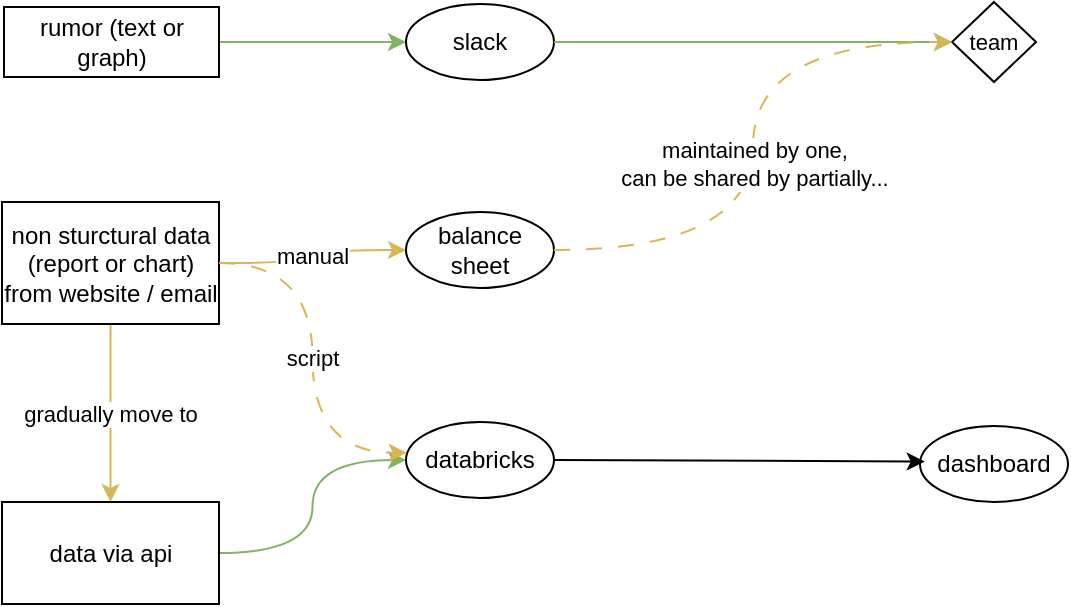
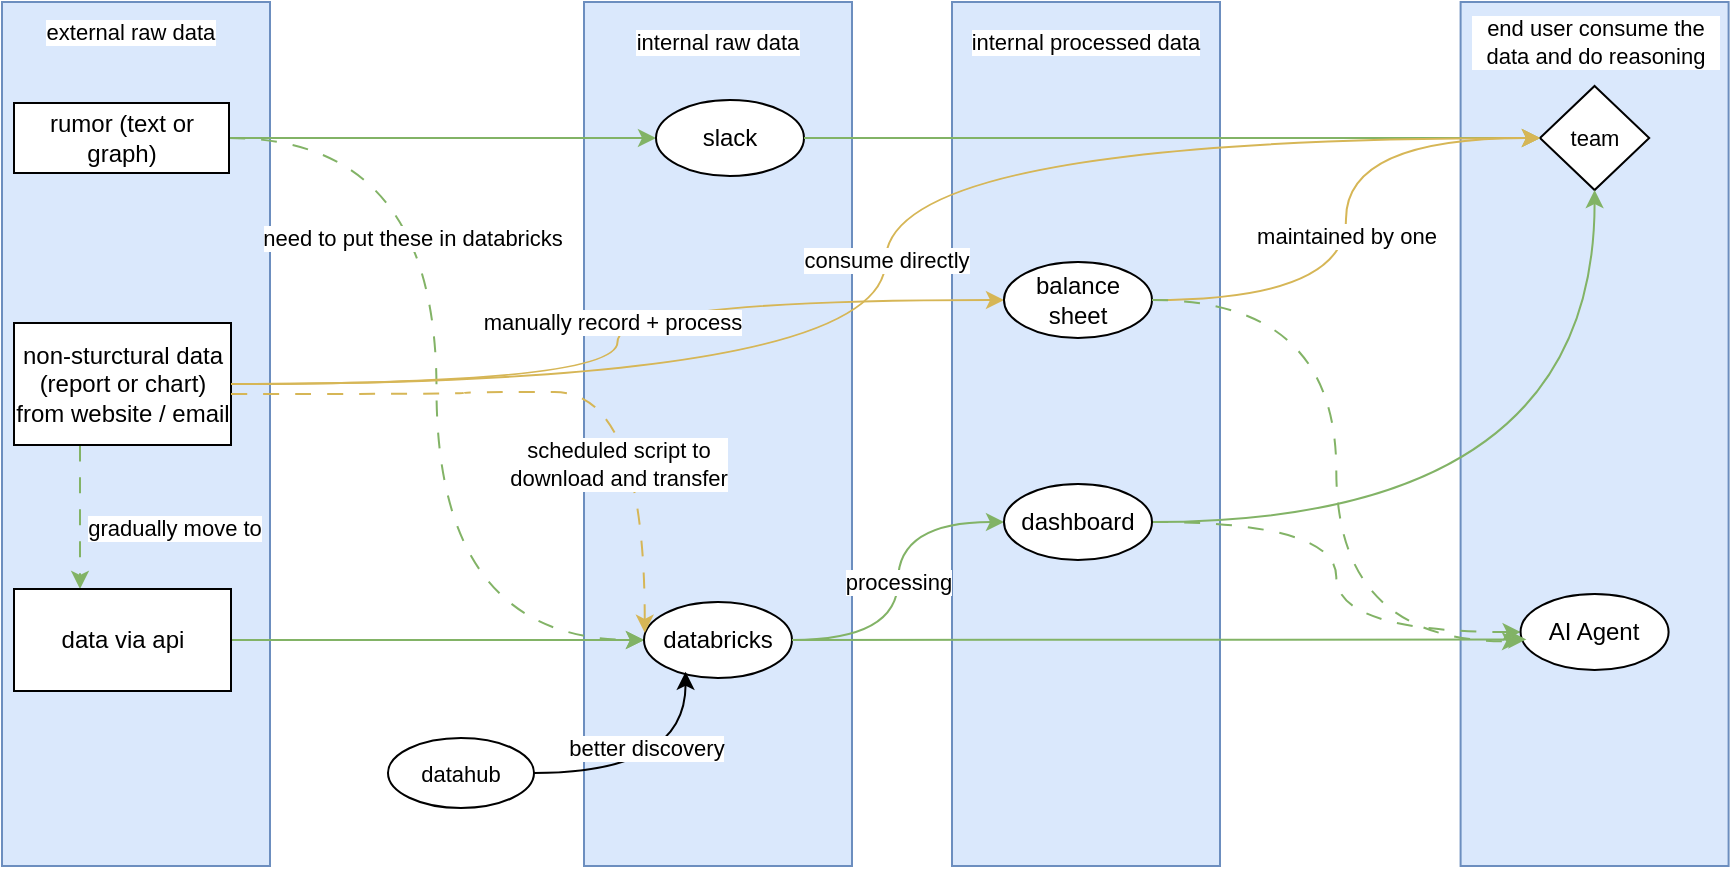
<mxfile host="app.diagrams.net">
  <diagram name="第 1 页" id="-Y137GQ_-Cw5z7RGIrcm">
-     <mxGraphModel dx="822" dy="441" grid="0" gridSize="10" guides="1" tooltips="1" connect="1" arrows="1" fold="1" page="1" pageScale="1" pageWidth="850" pageHeight="1100" math="0" shadow="0">
+     <mxGraphModel dx="2024" dy="630" grid="0" gridSize="10" guides="1" tooltips="1" connect="1" arrows="1" fold="1" page="1" pageScale="1" pageWidth="850" pageHeight="1100" math="0" shadow="0">
      <root>
        <mxCell id="0" />
        <mxCell id="1" parent="0" />
+         <mxCell id="J9n-yo7wrZcu-b2uscua-51" parent="1" style="rounded=0;whiteSpace=wrap;html=1;fontFamily=Helvetica;fontSize=11;labelBackgroundColor=default;fillColor=#dae8fc;strokeColor=#6c8ebf;" value="" vertex="1">
+           <mxGeometry height="432" width="134" x="612.3" y="4" as="geometry" />
+         </mxCell>
+         <mxCell id="J9n-yo7wrZcu-b2uscua-50" parent="1" style="rounded=0;whiteSpace=wrap;html=1;fontFamily=Helvetica;fontSize=11;labelBackgroundColor=default;fillColor=#dae8fc;strokeColor=#6c8ebf;" value="" vertex="1">
+           <mxGeometry height="432" width="134" x="358" y="4" as="geometry" />
+         </mxCell>
+         <mxCell id="J9n-yo7wrZcu-b2uscua-49" parent="1" style="rounded=0;whiteSpace=wrap;html=1;fontFamily=Helvetica;fontSize=11;labelBackgroundColor=default;fillColor=#dae8fc;strokeColor=#6c8ebf;" value="" vertex="1">
+           <mxGeometry height="432" width="134" x="174" y="4" as="geometry" />
+         </mxCell>
+         <mxCell id="J9n-yo7wrZcu-b2uscua-48" parent="1" style="rounded=0;whiteSpace=wrap;html=1;fontFamily=Helvetica;fontSize=11;labelBackgroundColor=default;fillColor=#dae8fc;strokeColor=#6c8ebf;" value="" vertex="1">
+           <mxGeometry height="432" width="134" x="-117" y="4" as="geometry" />
+         </mxCell>
        <mxCell id="J9n-yo7wrZcu-b2uscua-7" edge="1" parent="1" source="J9n-yo7wrZcu-b2uscua-2" style="edgeStyle=orthogonalEdgeStyle;rounded=0;orthogonalLoop=1;jettySize=auto;html=1;entryX=0;entryY=0.5;entryDx=0;entryDy=0;curved=1;fillColor=#d5e8d4;strokeColor=#82b366;" target="J9n-yo7wrZcu-b2uscua-6" value="">
          <mxGeometry relative="1" as="geometry" />
        </mxCell>
+         <mxCell id="J9n-yo7wrZcu-b2uscua-41" edge="1" parent="1" source="J9n-yo7wrZcu-b2uscua-2" style="edgeStyle=orthogonalEdgeStyle;shape=connector;curved=1;rounded=0;orthogonalLoop=1;jettySize=auto;html=1;entryX=0;entryY=0.5;entryDx=0;entryDy=0;strokeColor=#82b366;align=center;verticalAlign=middle;fontFamily=Helvetica;fontSize=11;fontColor=default;labelBackgroundColor=default;endArrow=classic;fillColor=#d5e8d4;dashed=1;dashPattern=8 8;" target="J9n-yo7wrZcu-b2uscua-19" value="need to put these in databricks">
+           <mxGeometry relative="1" x="-0.3301" y="-12" as="geometry">
+             <mxPoint as="offset" />
+           </mxGeometry>
+         </mxCell>
        <mxCell id="J9n-yo7wrZcu-b2uscua-2" parent="1" style="rounded=0;whiteSpace=wrap;html=1;" value="rumor (text or graph)" vertex="1">
-           <mxGeometry height="35" width="107.5" x="9" y="54.5" as="geometry" />
+           <mxGeometry height="35" width="107.5" x="-111" y="54.5" as="geometry" />
        </mxCell>
-         <mxCell id="J9n-yo7wrZcu-b2uscua-9" edge="1" parent="1" source="J9n-yo7wrZcu-b2uscua-3" style="edgeStyle=orthogonalEdgeStyle;rounded=0;orthogonalLoop=1;jettySize=auto;html=1;curved=1;fillColor=#fff2cc;strokeColor=#d6b656;entryX=0;entryY=0.5;entryDx=0;entryDy=0;" target="J9n-yo7wrZcu-b2uscua-8" value="manual">
-           <mxGeometry relative="1" as="geometry" />
+         <mxCell id="J9n-yo7wrZcu-b2uscua-9" edge="1" parent="1" source="J9n-yo7wrZcu-b2uscua-3" style="edgeStyle=orthogonalEdgeStyle;rounded=0;orthogonalLoop=1;jettySize=auto;html=1;curved=1;fillColor=#fff2cc;strokeColor=#d6b656;entryX=0;entryY=0.5;entryDx=0;entryDy=0;" target="J9n-yo7wrZcu-b2uscua-8" value="manually record + process">
+           <mxGeometry relative="1" x="0.045" y="3" as="geometry">
+             <mxPoint as="offset" />
+           </mxGeometry>
        </mxCell>
-         <mxCell id="J9n-yo7wrZcu-b2uscua-32" edge="1" parent="1" source="J9n-yo7wrZcu-b2uscua-3" style="edgeStyle=orthogonalEdgeStyle;shape=connector;curved=1;rounded=0;orthogonalLoop=1;jettySize=auto;html=1;strokeColor=#d6b656;align=center;verticalAlign=middle;fontFamily=Helvetica;fontSize=11;fontColor=default;labelBackgroundColor=default;endArrow=classic;fillColor=#fff2cc;" target="J9n-yo7wrZcu-b2uscua-5" value="gradually move to">
-           <mxGeometry relative="1" as="geometry" />
+         <mxCell id="J9n-yo7wrZcu-b2uscua-32" edge="1" parent="1" source="J9n-yo7wrZcu-b2uscua-3" style="edgeStyle=orthogonalEdgeStyle;shape=connector;curved=1;rounded=0;orthogonalLoop=1;jettySize=auto;html=1;strokeColor=#82b366;align=center;verticalAlign=middle;fontFamily=Helvetica;fontSize=11;fontColor=default;labelBackgroundColor=default;endArrow=classic;fillColor=#d5e8d4;dashed=1;dashPattern=8 8;" target="J9n-yo7wrZcu-b2uscua-5" value="gradually move to">
+           <mxGeometry relative="1" x="0.1389" y="47" as="geometry">
+             <mxPoint as="offset" />
+             <Array as="points">
+               <mxPoint x="-78" y="264.5" />
+               <mxPoint x="-78" y="264.5" />
+             </Array>
+           </mxGeometry>
        </mxCell>
-         <mxCell id="J9n-yo7wrZcu-b2uscua-3" parent="1" style="rounded=0;whiteSpace=wrap;html=1;" value="non sturctural data (report or chart) from website / email" vertex="1">
-           <mxGeometry height="61" width="108.5" x="8" y="152" as="geometry" />
+         <mxCell id="J9n-yo7wrZcu-b2uscua-3" parent="1" style="rounded=0;whiteSpace=wrap;html=1;" value="non-sturctural data (report or chart) from website / email" vertex="1">
+           <mxGeometry height="61" width="108.5" x="-111" y="164.5" as="geometry" />
        </mxCell>
        <mxCell id="J9n-yo7wrZcu-b2uscua-20" edge="1" parent="1" source="J9n-yo7wrZcu-b2uscua-5" style="edgeStyle=orthogonalEdgeStyle;shape=connector;curved=1;rounded=0;orthogonalLoop=1;jettySize=auto;html=1;entryX=0;entryY=0.5;entryDx=0;entryDy=0;strokeColor=#82b366;align=center;verticalAlign=middle;fontFamily=Helvetica;fontSize=11;fontColor=default;labelBackgroundColor=default;endArrow=classic;fillColor=#d5e8d4;" target="J9n-yo7wrZcu-b2uscua-19">
          <mxGeometry relative="1" as="geometry" />
        </mxCell>
        <mxCell id="J9n-yo7wrZcu-b2uscua-5" parent="1" style="rounded=0;whiteSpace=wrap;html=1;" value="data via api" vertex="1">
-           <mxGeometry height="51" width="108.5" x="8" y="302" as="geometry" />
+           <mxGeometry height="51" width="108.5" x="-111" y="297.5" as="geometry" />
        </mxCell>
        <mxCell id="J9n-yo7wrZcu-b2uscua-6" parent="1" style="ellipse;whiteSpace=wrap;html=1;" value="slack" vertex="1">
          <mxGeometry height="38" width="74" x="210" y="53" as="geometry" />
        </mxCell>
        <mxCell id="J9n-yo7wrZcu-b2uscua-8" parent="1" style="ellipse;whiteSpace=wrap;html=1;" value="balance sheet" vertex="1">
-           <mxGeometry height="38" width="74" x="210" y="157" as="geometry" />
+           <mxGeometry height="38" width="74" x="384" y="134" as="geometry" />
        </mxCell>
        <mxCell id="J9n-yo7wrZcu-b2uscua-16" parent="1" style="rhombus;whiteSpace=wrap;html=1;fontFamily=Helvetica;fontSize=11;fontColor=default;labelBackgroundColor=default;" value="team" vertex="1">
-           <mxGeometry height="40" width="42" x="483" y="52" as="geometry" />
+           <mxGeometry height="52" width="54.6" x="652" y="46" as="geometry" />
        </mxCell>
        <mxCell id="J9n-yo7wrZcu-b2uscua-17" edge="1" parent="1" source="J9n-yo7wrZcu-b2uscua-6" style="edgeStyle=orthogonalEdgeStyle;shape=connector;curved=1;rounded=0;orthogonalLoop=1;jettySize=auto;html=1;strokeColor=#82b366;align=center;verticalAlign=middle;fontFamily=Helvetica;fontSize=11;fontColor=default;labelBackgroundColor=default;endArrow=classic;entryX=0;entryY=0.5;entryDx=0;entryDy=0;fillColor=#d5e8d4;" target="J9n-yo7wrZcu-b2uscua-16">
          <mxGeometry relative="1" as="geometry">
            <mxPoint x="323" y="73" as="targetPoint" />
          </mxGeometry>
        </mxCell>
+         <mxCell id="J9n-yo7wrZcu-b2uscua-33" edge="1" parent="1" source="J9n-yo7wrZcu-b2uscua-19" style="edgeStyle=orthogonalEdgeStyle;shape=connector;curved=1;rounded=0;orthogonalLoop=1;jettySize=auto;html=1;entryX=0;entryY=0.5;entryDx=0;entryDy=0;strokeColor=#82b366;align=center;verticalAlign=middle;fontFamily=Helvetica;fontSize=11;fontColor=default;labelBackgroundColor=default;endArrow=classic;fillColor=#d5e8d4;" target="J9n-yo7wrZcu-b2uscua-26" value="processing">
+           <mxGeometry relative="1" as="geometry" />
+         </mxCell>
        <mxCell id="J9n-yo7wrZcu-b2uscua-19" parent="1" style="ellipse;whiteSpace=wrap;html=1;" value="databricks" vertex="1">
-           <mxGeometry height="38" width="74" x="210" y="262" as="geometry" />
+           <mxGeometry height="38" width="74" x="204" y="304" as="geometry" />
+         </mxCell>
+         <mxCell id="J9n-yo7wrZcu-b2uscua-34" edge="1" parent="1" source="J9n-yo7wrZcu-b2uscua-26" style="edgeStyle=orthogonalEdgeStyle;shape=connector;curved=1;rounded=0;orthogonalLoop=1;jettySize=auto;html=1;strokeColor=#82b366;align=center;verticalAlign=middle;fontFamily=Helvetica;fontSize=11;fontColor=default;labelBackgroundColor=default;endArrow=classic;fillColor=#d5e8d4;" target="J9n-yo7wrZcu-b2uscua-16">
+           <mxGeometry relative="1" as="geometry" />
+         </mxCell>
+         <mxCell id="J9n-yo7wrZcu-b2uscua-45" edge="1" parent="1" source="J9n-yo7wrZcu-b2uscua-26" style="edgeStyle=orthogonalEdgeStyle;shape=connector;curved=1;rounded=0;orthogonalLoop=1;jettySize=auto;html=1;entryX=0;entryY=0.5;entryDx=0;entryDy=0;strokeColor=#82b366;align=center;verticalAlign=middle;fontFamily=Helvetica;fontSize=11;fontColor=default;labelBackgroundColor=default;endArrow=classic;dashed=1;dashPattern=8 8;fillColor=#d5e8d4;" target="J9n-yo7wrZcu-b2uscua-39">
+           <mxGeometry relative="1" as="geometry" />
        </mxCell>
        <mxCell id="J9n-yo7wrZcu-b2uscua-26" parent="1" style="ellipse;whiteSpace=wrap;html=1;" value="dashboard" vertex="1">
-           <mxGeometry height="38" width="74" x="467" y="264" as="geometry" />
+           <mxGeometry height="38" width="74" x="384" y="245" as="geometry" />
        </mxCell>
-         <mxCell id="J9n-yo7wrZcu-b2uscua-29" edge="1" parent="1" source="J9n-yo7wrZcu-b2uscua-3" style="edgeStyle=orthogonalEdgeStyle;shape=connector;curved=1;rounded=0;orthogonalLoop=1;jettySize=auto;html=1;entryX=0.005;entryY=0.405;entryDx=0;entryDy=0;entryPerimeter=0;strokeColor=#d6b656;align=center;verticalAlign=middle;fontFamily=Helvetica;fontSize=11;fontColor=default;labelBackgroundColor=default;endArrow=classic;dashed=1;dashPattern=8 8;fillColor=#fff2cc;" target="J9n-yo7wrZcu-b2uscua-19" value="script">
-           <mxGeometry relative="1" as="geometry" />
+         <mxCell id="J9n-yo7wrZcu-b2uscua-29" edge="1" parent="1" source="J9n-yo7wrZcu-b2uscua-3" style="edgeStyle=orthogonalEdgeStyle;shape=connector;curved=1;rounded=0;orthogonalLoop=1;jettySize=auto;html=1;entryX=0.005;entryY=0.405;entryDx=0;entryDy=0;entryPerimeter=0;strokeColor=#d6b656;align=center;verticalAlign=middle;fontFamily=Helvetica;fontSize=11;fontColor=default;labelBackgroundColor=default;endArrow=classic;dashed=1;dashPattern=8 8;fillColor=#fff2cc;" target="J9n-yo7wrZcu-b2uscua-19" value="scheduled script to &lt;br&gt;download and transfer">
+           <mxGeometry relative="1" x="0.4864" y="-13" as="geometry">
+             <mxPoint as="offset" />
+             <Array as="points">
+               <mxPoint x="114" y="200" />
+               <mxPoint x="114" y="199" />
+               <mxPoint x="204" y="199" />
+             </Array>
+           </mxGeometry>
        </mxCell>
-         <mxCell id="J9n-yo7wrZcu-b2uscua-30" edge="1" parent="1" source="J9n-yo7wrZcu-b2uscua-8" style="edgeStyle=orthogonalEdgeStyle;shape=connector;curved=1;rounded=0;orthogonalLoop=1;jettySize=auto;html=1;entryX=0;entryY=0.5;entryDx=0;entryDy=0;strokeColor=#d6b656;align=center;verticalAlign=middle;fontFamily=Helvetica;fontSize=11;fontColor=default;labelBackgroundColor=default;endArrow=classic;fillColor=#fff2cc;dashed=1;dashPattern=8 8;" target="J9n-yo7wrZcu-b2uscua-16" value="maintained by one,&lt;br&gt;can be shared by partially...">
+         <mxCell id="J9n-yo7wrZcu-b2uscua-30" edge="1" parent="1" source="J9n-yo7wrZcu-b2uscua-8" style="edgeStyle=orthogonalEdgeStyle;shape=connector;curved=1;rounded=0;orthogonalLoop=1;jettySize=auto;html=1;entryX=0;entryY=0.5;entryDx=0;entryDy=0;strokeColor=#d6b656;align=center;verticalAlign=middle;fontFamily=Helvetica;fontSize=11;fontColor=default;labelBackgroundColor=default;endArrow=classic;fillColor=#fff2cc;" target="J9n-yo7wrZcu-b2uscua-16" value="maintained by one">
          <mxGeometry relative="1" x="-0.0608" as="geometry">
            <mxPoint as="offset" />
          </mxGeometry>
        </mxCell>
-         <mxCell id="J9n-yo7wrZcu-b2uscua-31" edge="1" parent="1" source="J9n-yo7wrZcu-b2uscua-19" style="edgeStyle=orthogonalEdgeStyle;shape=connector;curved=1;rounded=0;orthogonalLoop=1;jettySize=auto;html=1;entryX=0.032;entryY=0.468;entryDx=0;entryDy=0;entryPerimeter=0;strokeColor=default;align=center;verticalAlign=middle;fontFamily=Helvetica;fontSize=11;fontColor=default;labelBackgroundColor=default;endArrow=classic;" target="J9n-yo7wrZcu-b2uscua-26">
+         <mxCell id="J9n-yo7wrZcu-b2uscua-36" parent="1" style="text;html=1;whiteSpace=wrap;strokeColor=none;fillColor=none;align=center;verticalAlign=middle;rounded=0;fontFamily=Helvetica;fontSize=11;fontColor=default;labelBackgroundColor=default;" value="external raw data" vertex="1">
+           <mxGeometry height="30" width="125" x="-115" y="4" as="geometry" />
+         </mxCell>
+         <mxCell id="J9n-yo7wrZcu-b2uscua-37" parent="1" style="text;html=1;whiteSpace=wrap;strokeColor=none;fillColor=none;align=center;verticalAlign=middle;rounded=0;fontFamily=Helvetica;fontSize=11;fontColor=default;labelBackgroundColor=default;" value="internal raw data" vertex="1">
+           <mxGeometry height="30" width="125.5" x="178.25" y="9" as="geometry" />
+         </mxCell>
+         <mxCell id="J9n-yo7wrZcu-b2uscua-39" parent="1" style="ellipse;whiteSpace=wrap;html=1;" value="AI Agent" vertex="1">
+           <mxGeometry height="38" width="74" x="642.3" y="300" as="geometry" />
+         </mxCell>
+         <mxCell id="J9n-yo7wrZcu-b2uscua-40" edge="1" parent="1" source="J9n-yo7wrZcu-b2uscua-19" style="edgeStyle=orthogonalEdgeStyle;shape=connector;curved=1;rounded=0;orthogonalLoop=1;jettySize=auto;html=1;entryX=0.039;entryY=0.598;entryDx=0;entryDy=0;entryPerimeter=0;strokeColor=#82b366;align=center;verticalAlign=middle;fontFamily=Helvetica;fontSize=11;fontColor=default;labelBackgroundColor=default;endArrow=classic;fillColor=#d5e8d4;" target="J9n-yo7wrZcu-b2uscua-39">
+           <mxGeometry relative="1" as="geometry" />
+         </mxCell>
+         <mxCell id="J9n-yo7wrZcu-b2uscua-42" parent="1" style="text;html=1;whiteSpace=wrap;strokeColor=none;fillColor=none;align=center;verticalAlign=middle;rounded=0;fontFamily=Helvetica;fontSize=11;fontColor=default;labelBackgroundColor=default;" value="internal processed data" vertex="1">
+           <mxGeometry height="30" width="125.5" x="362" y="9" as="geometry" />
+         </mxCell>
+         <mxCell id="J9n-yo7wrZcu-b2uscua-43" parent="1" style="ellipse;whiteSpace=wrap;html=1;fontFamily=Helvetica;fontSize=11;fontColor=default;labelBackgroundColor=default;" value="datahub" vertex="1">
+           <mxGeometry height="35" width="73" x="76" y="372" as="geometry" />
+         </mxCell>
+         <mxCell id="J9n-yo7wrZcu-b2uscua-44" edge="1" parent="1" source="J9n-yo7wrZcu-b2uscua-43" style="edgeStyle=orthogonalEdgeStyle;shape=connector;curved=1;rounded=0;orthogonalLoop=1;jettySize=auto;html=1;entryX=0.281;entryY=0.918;entryDx=0;entryDy=0;entryPerimeter=0;strokeColor=default;align=center;verticalAlign=middle;fontFamily=Helvetica;fontSize=11;fontColor=default;labelBackgroundColor=default;endArrow=classic;" target="J9n-yo7wrZcu-b2uscua-19" value="better discovery">
+           <mxGeometry relative="1" x="-0.1126" y="13" as="geometry">
+             <mxPoint as="offset" />
+           </mxGeometry>
+         </mxCell>
+         <mxCell id="J9n-yo7wrZcu-b2uscua-46" edge="1" parent="1" source="J9n-yo7wrZcu-b2uscua-8" style="edgeStyle=orthogonalEdgeStyle;shape=connector;curved=1;rounded=0;orthogonalLoop=1;jettySize=auto;html=1;entryX=-0.004;entryY=0.623;entryDx=0;entryDy=0;entryPerimeter=0;strokeColor=#82b366;align=center;verticalAlign=middle;fontFamily=Helvetica;fontSize=11;fontColor=default;labelBackgroundColor=default;endArrow=classic;fillColor=#d5e8d4;dashed=1;dashPattern=8 8;" target="J9n-yo7wrZcu-b2uscua-39">
+           <mxGeometry relative="1" as="geometry" />
+         </mxCell>
+         <mxCell id="J9n-yo7wrZcu-b2uscua-47" parent="1" style="text;html=1;whiteSpace=wrap;strokeColor=none;fillColor=none;align=center;verticalAlign=middle;rounded=0;fontFamily=Helvetica;fontSize=11;fontColor=default;labelBackgroundColor=default;" value="end user consume the data and do reasoning" vertex="1">
+           <mxGeometry height="30" width="125.5" x="616.55" y="9" as="geometry" />
+         </mxCell>
+         <mxCell id="J9n-yo7wrZcu-b2uscua-52" edge="1" parent="1" source="J9n-yo7wrZcu-b2uscua-3" style="edgeStyle=orthogonalEdgeStyle;shape=connector;curved=1;rounded=0;orthogonalLoop=1;jettySize=auto;html=1;entryX=0;entryY=0.5;entryDx=0;entryDy=0;strokeColor=#d6b656;align=center;verticalAlign=middle;fontFamily=Helvetica;fontSize=11;fontColor=default;labelBackgroundColor=default;endArrow=classic;fillColor=#fff2cc;" target="J9n-yo7wrZcu-b2uscua-16" value="consume directly">
          <mxGeometry relative="1" as="geometry" />
        </mxCell>
      </root>
    </mxGraphModel>
  </diagram>
</mxfile>
